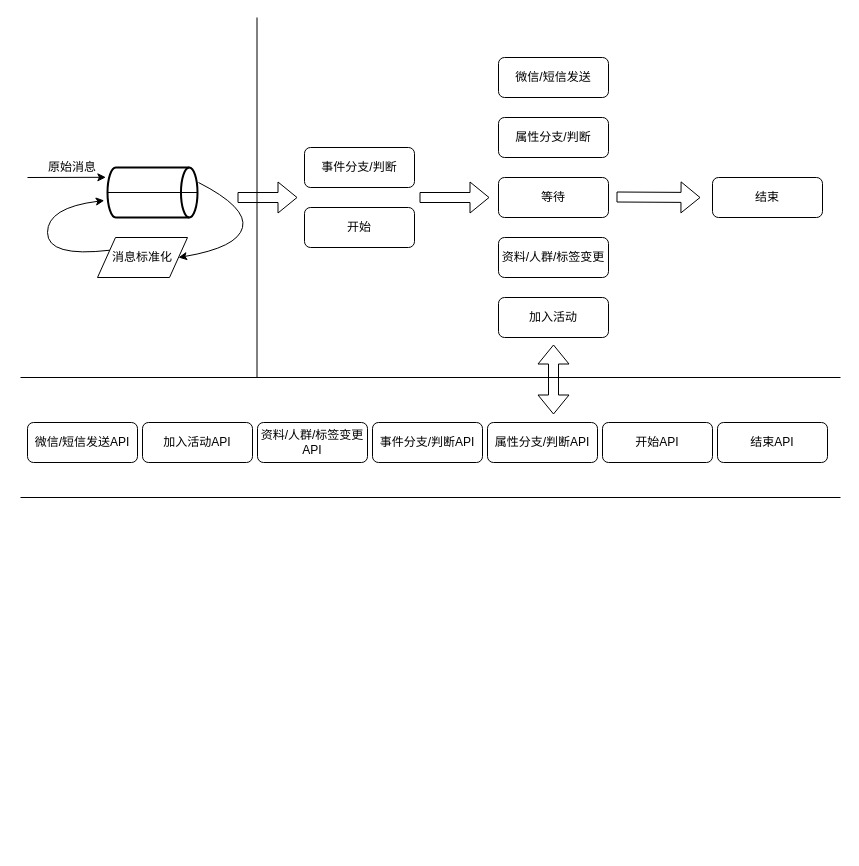
superjoeye/adhoc keeps this draw.io diagram as MA_msg_data_flow.drawio. Above is the earlier version. Source tidied: cells renumbered, new cells numbered last; positions are measured from the earlier drawing's top-left corner, leaving out a move shared by most shapes. Both pictures are drawn from the tidied source at 100%, with x=0, y=0 at pixel (20, 17).
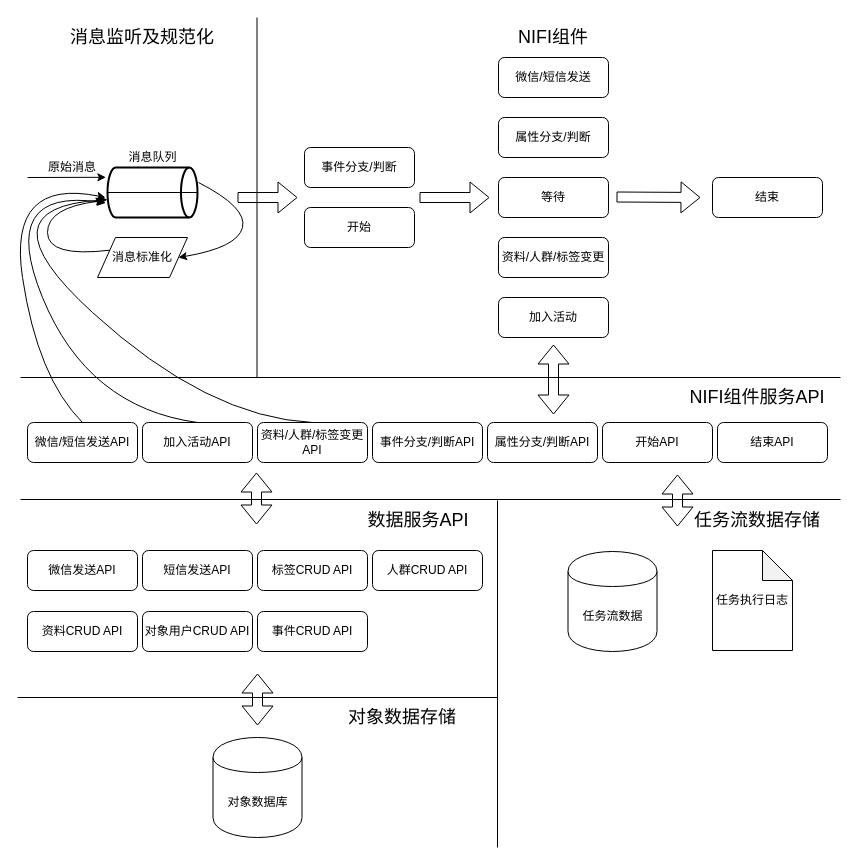
The same diagram, later.

The change refers to these unchanged cells:
```xml
<mxCell id="3" style="strokeWidth=2;html=1;shape=mxgraph.flowchart.direct_data;whiteSpace=wrap;" parent="2" vertex="1">
  <mxGeometry width="90" height="50" as="geometry" />
</mxCell>
<mxCell id="26" value="微信/短信发送API" style="rounded=1;whiteSpace=wrap;html=1;" parent="1" vertex="1">
  <mxGeometry x="7" y="405" width="110" height="40" as="geometry" />
</mxCell>
<mxCell id="27" value="资料/人群/标签变更API" style="rounded=1;whiteSpace=wrap;html=1;" parent="1" vertex="1">
  <mxGeometry x="237" y="405" width="110" height="40" as="geometry" />
</mxCell>
<mxCell id="28" value="加入活动API" style="rounded=1;whiteSpace=wrap;html=1;" parent="1" vertex="1">
  <mxGeometry x="122" y="405" width="110" height="40" as="geometry" />
</mxCell>
```

Change to the diagram source:
```diff
@@
     <mxCell id="31" style="endArrow=none;html=1;" parent="1" edge="1">
       <mxGeometry relative="1" as="geometry">
-        <mxPoint y="480" as="sourcePoint" />
-        <mxPoint x="820" y="480" as="targetPoint" />
+        <mxPoint y="482" as="sourcePoint" />
+        <mxPoint x="820" y="482" as="targetPoint" />
       </mxGeometry>
     </mxCell>
+    <mxCell id="32" style="curved=1;endArrow=classic;html=1;exitX=0.5;exitY=0;exitDx=0;exitDy=0;" parent="1" edge="1" source="26">
+      <mxGeometry relative="1" as="geometry">
+        <mxPoint x="85" y="180" as="targetPoint" />
+        <Array as="points">
+          <mxPoint x="17" y="360" />
+          <mxPoint x="-13" y="160" />
+        </Array>
+      </mxGeometry>
+    </mxCell>
+    <mxCell id="33" style="curved=1;endArrow=classic;html=1;exitX=0.5;exitY=0;exitDx=0;exitDy=0;entryX=-0.018;entryY=0.708;entryDx=0;entryDy=0;entryPerimeter=0;" parent="1" edge="1" source="28" target="3">
+      <mxGeometry relative="1" as="geometry">
+        <Array as="points">
+          <mxPoint x="67" y="390" />
+          <mxPoint x="-23" y="170" />
+        </Array>
+      </mxGeometry>
+    </mxCell>
+    <mxCell id="34" style="curved=1;endArrow=classic;html=1;exitX=0.5;exitY=0;exitDx=0;exitDy=0;entryX=0;entryY=0.644;entryDx=0;entryDy=0;entryPerimeter=0;" parent="1" edge="1" source="27" target="3">
+      <mxGeometry relative="1" as="geometry">
+        <Array as="points">
+          <mxPoint x="187" y="400" />
+          <mxPoint x="-43" y="190" />
+        </Array>
+      </mxGeometry>
+    </mxCell>
+    <mxCell id="35" value="微信发送API" style="rounded=1;whiteSpace=wrap;html=1;" parent="1" vertex="1">
+      <mxGeometry x="7" y="533" width="110" height="40" as="geometry" />
+    </mxCell>
+    <mxCell id="36" value="短信发送API" style="rounded=1;whiteSpace=wrap;html=1;" parent="1" vertex="1">
+      <mxGeometry x="122" y="533" width="110" height="40" as="geometry" />
+    </mxCell>
+    <mxCell id="37" value="标签CRUD API" style="rounded=1;whiteSpace=wrap;html=1;" parent="1" vertex="1">
+      <mxGeometry x="237" y="533" width="110" height="40" as="geometry" />
+    </mxCell>
+    <mxCell id="38" value="人群CRUD API" style="rounded=1;whiteSpace=wrap;html=1;" parent="1" vertex="1">
+      <mxGeometry x="352" y="533" width="110" height="40" as="geometry" />
+    </mxCell>
+    <mxCell id="39" value="资料CRUD API" style="rounded=1;whiteSpace=wrap;html=1;" parent="1" vertex="1">
+      <mxGeometry x="7" y="594" width="110" height="40" as="geometry" />
+    </mxCell>
+    <mxCell id="40" value="对象用户CRUD API" style="rounded=1;whiteSpace=wrap;html=1;" parent="1" vertex="1">
+      <mxGeometry x="122" y="594" width="110" height="40" as="geometry" />
+    </mxCell>
+    <mxCell id="41" value="事件CRUD API" style="rounded=1;whiteSpace=wrap;html=1;" parent="1" vertex="1">
+      <mxGeometry x="237" y="594" width="110" height="40" as="geometry" />
+    </mxCell>
+    <mxCell id="42" value="消息队列" style="text;html=1;strokeColor=none;fillColor=none;align=center;verticalAlign=middle;whiteSpace=wrap;rounded=0;" parent="1" vertex="1">
+      <mxGeometry x="104.5" y="130" width="55" height="20" as="geometry" />
+    </mxCell>
+    <mxCell id="43" value="&lt;font style=&quot;font-size: 18px&quot;&gt;消息监听及规范化&lt;/font&gt;" style="text;html=1;strokeColor=none;fillColor=none;align=center;verticalAlign=middle;whiteSpace=wrap;rounded=0;" parent="1" vertex="1">
+      <mxGeometry x="42" y="10" width="160" height="20" as="geometry" />
+    </mxCell>
+    <mxCell id="44" value="&lt;font style=&quot;font-size: 18px&quot;&gt;NIFI组件&lt;/font&gt;" style="text;html=1;strokeColor=none;fillColor=none;align=center;verticalAlign=middle;whiteSpace=wrap;rounded=0;" parent="1" vertex="1">
+      <mxGeometry x="453" y="10" width="160" height="20" as="geometry" />
+    </mxCell>
+    <mxCell id="45" value="&lt;font style=&quot;font-size: 18px&quot;&gt;NIFI组件服务API&lt;/font&gt;" style="text;html=1;strokeColor=none;fillColor=none;align=center;verticalAlign=middle;whiteSpace=wrap;rounded=0;" parent="1" vertex="1">
+      <mxGeometry x="657" y="370" width="160" height="20" as="geometry" />
+    </mxCell>
+    <mxCell id="46" value="&lt;font style=&quot;font-size: 18px&quot;&gt;数据服务API&lt;/font&gt;" style="text;html=1;strokeColor=none;fillColor=none;align=center;verticalAlign=middle;whiteSpace=wrap;rounded=0;" parent="1" vertex="1">
+      <mxGeometry x="318" y="493" width="160" height="20" as="geometry" />
+    </mxCell>
+    <mxCell id="47" style="shape=flexArrow;endArrow=classic;startArrow=classic;html=1;exitX=0.5;exitY=0;exitDx=0;exitDy=0;" parent="1" edge="1">
+      <mxGeometry relative="1" as="geometry">
+        <mxPoint x="236" y="507" as="sourcePoint" />
+        <mxPoint x="236" y="455" as="targetPoint" />
+      </mxGeometry>
+    </mxCell>
+    <mxCell id="48" style="endArrow=none;html=1;" parent="1" edge="1">
+      <mxGeometry relative="1" as="geometry">
+        <mxPoint x="477" y="830" as="sourcePoint" />
+        <mxPoint x="477" y="483" as="targetPoint" />
+      </mxGeometry>
+    </mxCell>
+    <mxCell id="49" value="任务执行日志" style="shape=note;whiteSpace=wrap;html=1;backgroundOutline=1;darkOpacity=0.05;" parent="1" vertex="1">
+      <mxGeometry x="692" y="533" width="80" height="100" as="geometry" />
+    </mxCell>
+    <mxCell id="50" value="任务流数据" style="shape=cylinder;whiteSpace=wrap;html=1;boundedLbl=1;backgroundOutline=1;" parent="1" vertex="1">
+      <mxGeometry x="547.5" y="534" width="89" height="100" as="geometry" />
+    </mxCell>
+    <mxCell id="51" style="shape=flexArrow;endArrow=classic;startArrow=classic;html=1;exitX=0.5;exitY=0;exitDx=0;exitDy=0;" parent="1" edge="1">
+      <mxGeometry relative="1" as="geometry">
+        <mxPoint x="657" y="509" as="sourcePoint" />
+        <mxPoint x="657" y="457" as="targetPoint" />
+      </mxGeometry>
+    </mxCell>
+    <mxCell id="52" value="&lt;font style=&quot;font-size: 18px&quot;&gt;任务流数据存储&lt;/font&gt;" style="text;html=1;strokeColor=none;fillColor=none;align=center;verticalAlign=middle;whiteSpace=wrap;rounded=0;" parent="1" vertex="1">
+      <mxGeometry x="657" y="493" width="160" height="20" as="geometry" />
+    </mxCell>
+    <mxCell id="53" style="endArrow=none;html=1;" parent="1" edge="1">
+      <mxGeometry relative="1" as="geometry">
+        <mxPoint x="-3" y="680" as="sourcePoint" />
+        <mxPoint x="477" y="680" as="targetPoint" />
+      </mxGeometry>
+    </mxCell>
+    <mxCell id="54" value="对象数据库" style="shape=cylinder;whiteSpace=wrap;html=1;boundedLbl=1;backgroundOutline=1;" parent="1" vertex="1">
+      <mxGeometry x="192.5" y="720" width="89" height="100" as="geometry" />
+    </mxCell>
+    <mxCell id="55" style="shape=flexArrow;endArrow=classic;startArrow=classic;html=1;exitX=0.5;exitY=0;exitDx=0;exitDy=0;" parent="1" edge="1">
+      <mxGeometry relative="1" as="geometry">
+        <mxPoint x="237" y="708" as="sourcePoint" />
+        <mxPoint x="237" y="656" as="targetPoint" />
+      </mxGeometry>
+    </mxCell>
+    <mxCell id="56" value="&lt;font style=&quot;font-size: 18px&quot;&gt;对象数据存储&lt;/font&gt;" style="text;html=1;strokeColor=none;fillColor=none;align=center;verticalAlign=middle;whiteSpace=wrap;rounded=0;" parent="1" vertex="1">
+      <mxGeometry x="302" y="690" width="160" height="20" as="geometry" />
+    </mxCell>
```
